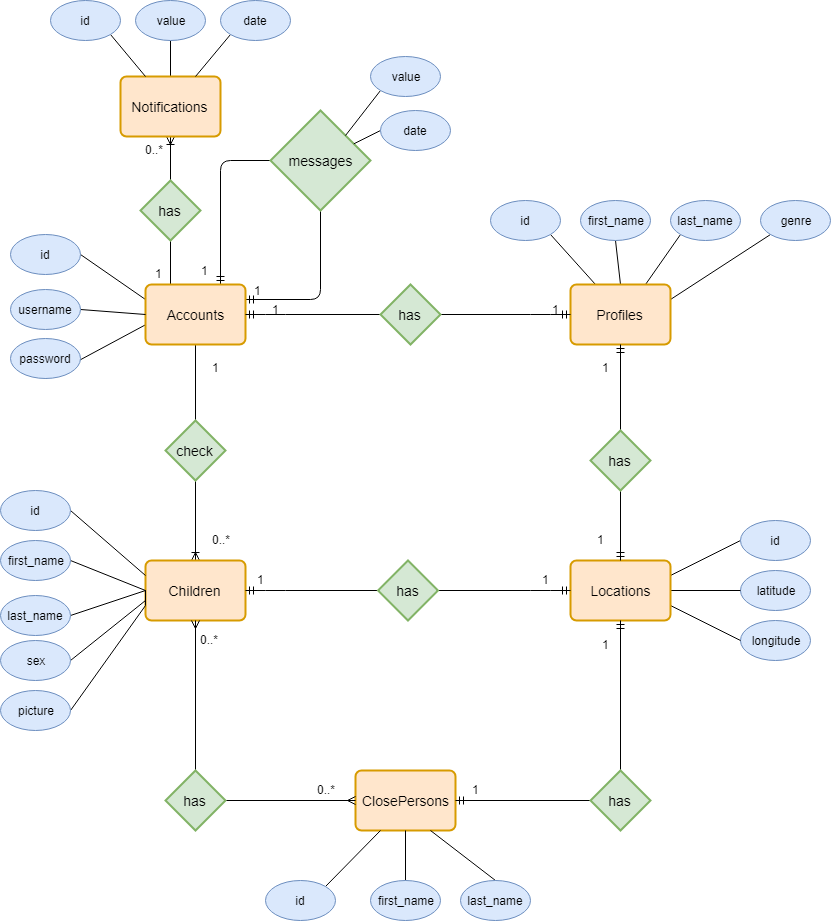
Above: Arhitecture/tw-bd-diagram.png in vararucristian/Kimo-TW-Project (draw.io), before the change. Source tidied: cells renumbered, new cells last; positions are measured from the earlier drawing's top-left corner, leaving out a move shared by most shapes.
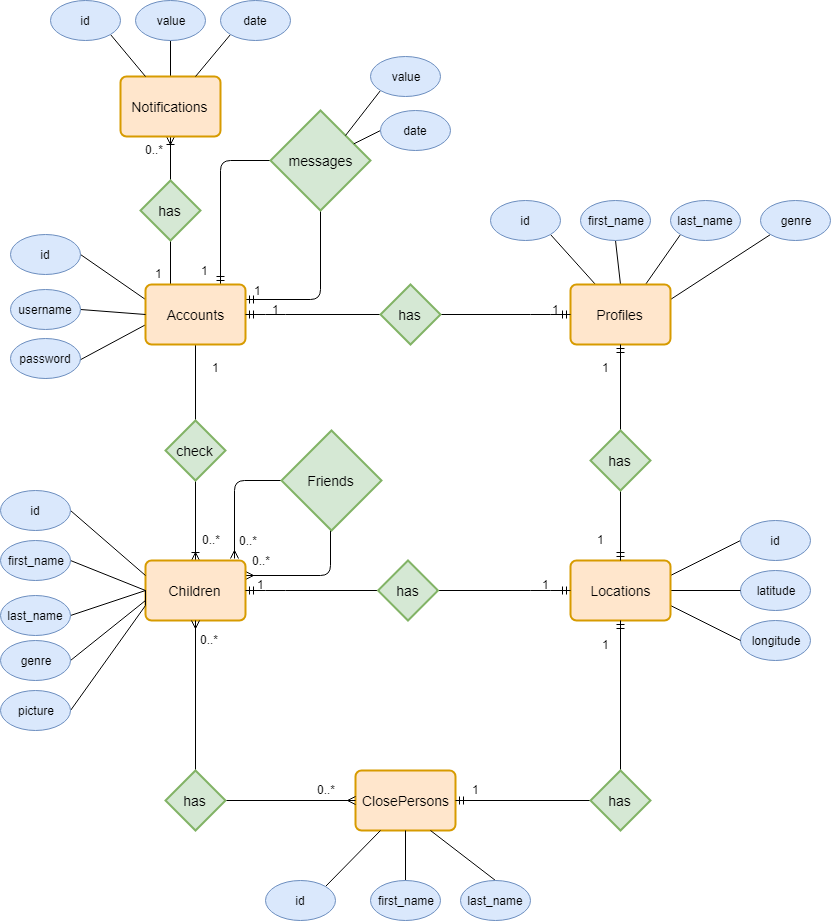
After the commit.

The edit, as a diff of the source:
```diff
@@ -2,6 +2,15 @@
   <root>
     <mxCell id="0" />
     <mxCell id="1" parent="0" />
+    <mxCell id="90" style="edgeStyle=orthogonalEdgeStyle;fontSize=12;html=1;endArrow=ERmany;startArrow=ERmany;exitX=1;exitY=0.25;exitDx=0;exitDy=0;entryX=0.89;entryY=-0.033;entryDx=0;entryDy=0;entryPerimeter=0;" parent="1" edge="1" source="34" target="34">
+      <mxGeometry relative="1" as="geometry">
+        <Array as="points">
+          <mxPoint x="330" y="575" />
+          <mxPoint x="330" y="480" />
+          <mxPoint x="234" y="480" />
+        </Array>
+      </mxGeometry>
+    </mxCell>
     <mxCell id="2" style="edgeStyle=orthogonalEdgeStyle;fontSize=12;html=1;endArrow=ERmandOne;startArrow=ERmandOne;exitX=0.75;exitY=0;exitDx=0;exitDy=0;" parent="1" edge="1" source="7">
       <mxGeometry relative="1" as="geometry">
         <mxPoint x="245" y="299" as="targetPoint" />
@@ -114,7 +123,7 @@
       <mxGeometry x="210" y="358" width="20" height="20" as="geometry" />
     </mxCell>
     <mxCell id="36" value="0..*" style="text;html=1;align=left;verticalAlign=top;spacingTop=-4;" parent="1" vertex="1">
-      <mxGeometry x="210" y="530" width="30" height="20" as="geometry" />
+      <mxGeometry x="200" y="530" width="30" height="20" as="geometry" />
     </mxCell>
     <mxCell id="37" style="edgeStyle=none;rounded=0;jettySize=auto;html=1;exitX=1;exitY=0.5;exitDx=0;exitDy=0;entryX=0;entryY=0.25;entryDx=0;entryDy=0;endArrow=none;endFill=0;" parent="1" edge="1" source="38" target="34">
       <mxGeometry relative="1" as="geometry" />
@@ -126,10 +135,10 @@
       <mxGeometry relative="1" as="geometry" />
     </mxCell>
     <mxCell id="40" value="1" style="text;html=1;align=left;verticalAlign=top;spacingTop=-4;" parent="1" vertex="1">
-      <mxGeometry x="255" y="570" width="20" height="20" as="geometry" />
+      <mxGeometry x="255" y="575" width="20" height="20" as="geometry" />
     </mxCell>
     <mxCell id="41" value="1" style="text;html=1;align=left;verticalAlign=top;spacingTop=-4;" parent="1" vertex="1">
-      <mxGeometry x="540" y="570" width="20" height="20" as="geometry" />
+      <mxGeometry x="540" y="575" width="20" height="20" as="geometry" />
     </mxCell>
     <mxCell id="42" style="edgeStyle=none;rounded=0;jettySize=auto;html=1;exitX=1;exitY=0.5;exitDx=0;exitDy=0;entryX=0;entryY=0.5;entryDx=0;entryDy=0;endArrow=none;endFill=0;" parent="1" edge="1" source="43" target="34">
       <mxGeometry relative="1" as="geometry" />
@@ -150,7 +159,7 @@
         <mxPoint x="145" y="600" as="targetPoint" />
       </mxGeometry>
     </mxCell>
-    <mxCell id="47" value="sex" style="ellipse;whiteSpace=wrap;html=1;fillColor=#dae8fc;strokeColor=#6c8ebf;" parent="1" vertex="1">
+    <mxCell id="47" value="genre" style="ellipse;whiteSpace=wrap;html=1;fillColor=#dae8fc;strokeColor=#6c8ebf;" parent="1" vertex="1">
       <mxGeometry y="640" width="70" height="40" as="geometry" />
     </mxCell>
     <mxCell id="48" style="edgeStyle=none;rounded=0;orthogonalLoop=1;jettySize=auto;html=1;exitX=1;exitY=1;exitDx=0;exitDy=0;endArrow=none;endFill=0;" parent="1" edge="1" source="45" target="45">
@@ -281,5 +290,17 @@
     <mxCell id="89" value="1" style="text;html=1;align=left;verticalAlign=top;spacingTop=-4;" parent="1" vertex="1">
       <mxGeometry x="199" y="261" width="20" height="20" as="geometry" />
     </mxCell>
+    <mxCell id="91" value="Friends" style="shape=rhombus;strokeWidth=2;fontSize=17;perimeter=rhombusPerimeter;whiteSpace=wrap;html=1;align=center;fontSize=14;fillColor=#d5e8d4;strokeColor=#82b366;" parent="1" vertex="1">
+      <mxGeometry x="281" y="430" width="100" height="100" as="geometry" />
+    </mxCell>
+    <mxCell id="92" value="&lt;br&gt;&lt;br&gt;" style="text;html=1;align=left;verticalAlign=top;spacingTop=-4;" parent="1" vertex="1">
+      <mxGeometry x="261" y="511" width="20" height="30" as="geometry" />
+    </mxCell>
+    <mxCell id="93" value="0..*" style="text;html=1;align=left;verticalAlign=top;spacingTop=-4;" parent="1" vertex="1">
+      <mxGeometry x="237" y="531" width="30" height="20" as="geometry" />
+    </mxCell>
+    <mxCell id="94" value="0..*" style="text;html=1;align=left;verticalAlign=top;spacingTop=-4;" parent="1" vertex="1">
+      <mxGeometry x="250" y="551" width="30" height="20" as="geometry" />
+    </mxCell>
   </root>
 </mxGraphModel>
```
